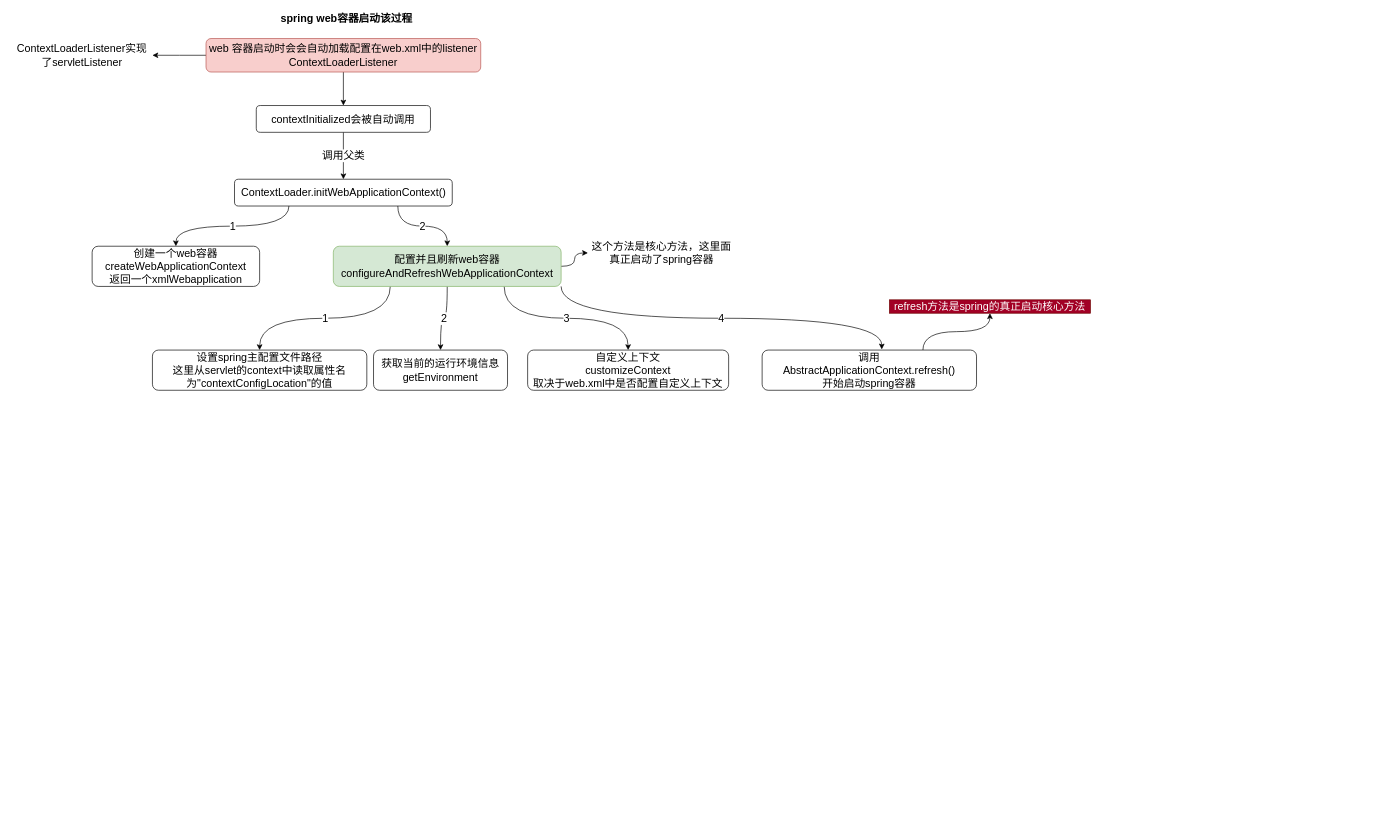
Above: spring&spring boot/spring 容器启动过程.drawio in wangruiCoder/studymk (draw.io), before the change. Source tidied: cells renumbered, new cells numbered last; positions are measured from the earlier drawing's top-left corner, leaving out a move shared by most shapes. Both pictures are drawn from the tidied source at 67%, with x=0, y=0 at pixel (11, 11).
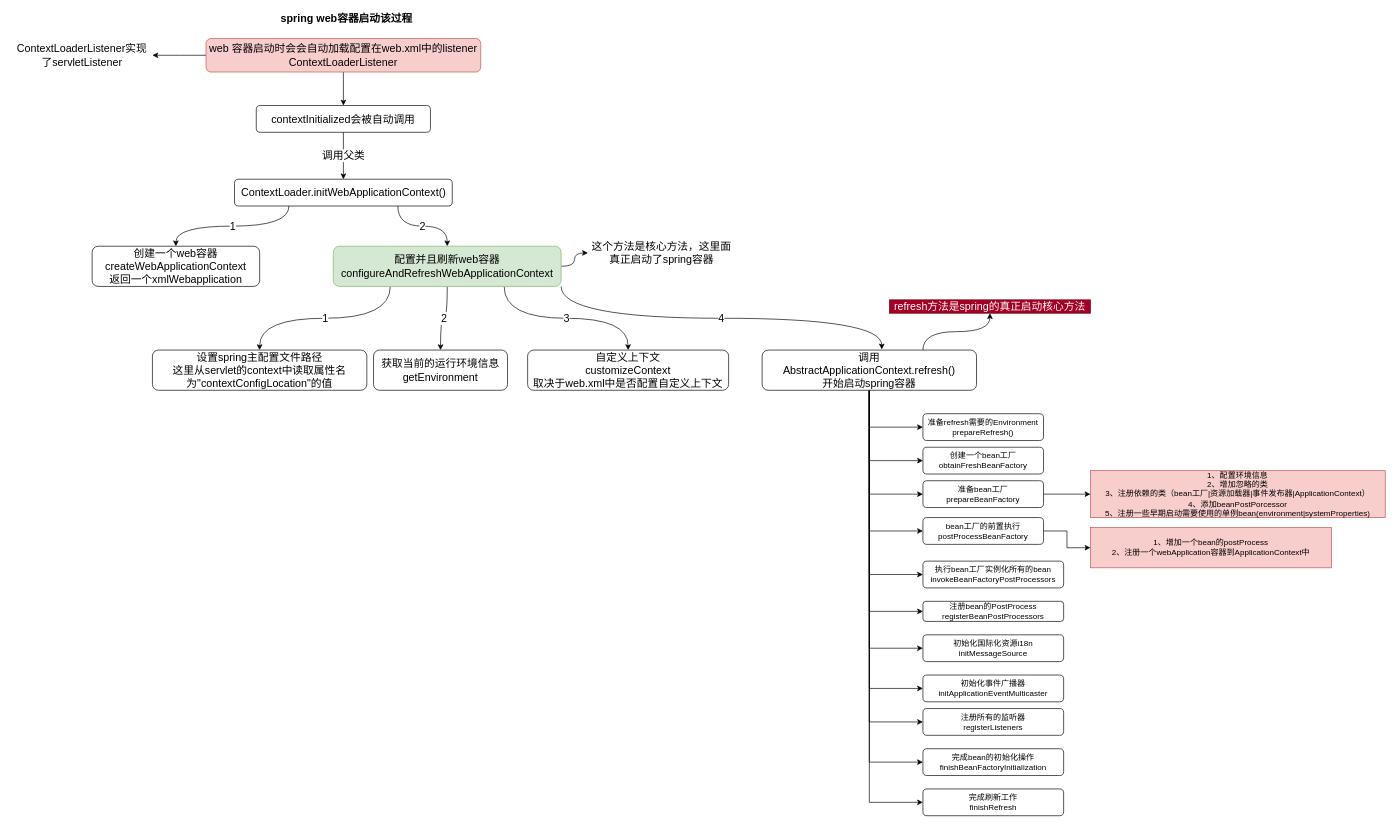
The same page after the edit.

Commit message:
更新spring启动过程

Unchanged cells that the change refers to:
```xml
<mxCell id="24" value="调用&lt;br&gt;AbstractApplicationContext.refresh()&lt;br&gt;开始启动spring容器" style="rounded=1;whiteSpace=wrap;html=1;shadow=0;fontSize=16;" parent="1" vertex="1">
  <mxGeometry x="1120" y="505" width="320" height="60" as="geometry" />
</mxCell>
```

Diff of the diagram source:
```diff
@@
+    <mxCell id="26" style="edgeStyle=orthogonalEdgeStyle;rounded=0;jettySize=auto;html=1;exitX=0.5;exitY=1;exitDx=0;exitDy=0;entryX=0;entryY=0.5;entryDx=0;entryDy=0;" parent="1" edge="1" source="24" target="37">
+      <mxGeometry relative="1" as="geometry" />
+    </mxCell>
+    <mxCell id="27" style="edgeStyle=orthogonalEdgeStyle;rounded=0;jettySize=auto;html=1;exitX=0.5;exitY=1;exitDx=0;exitDy=0;entryX=0;entryY=0.5;entryDx=0;entryDy=0;" parent="1" edge="1" source="24" target="38">
+      <mxGeometry relative="1" as="geometry" />
+    </mxCell>
+    <mxCell id="28" style="edgeStyle=orthogonalEdgeStyle;rounded=0;jettySize=auto;html=1;exitX=0.5;exitY=1;exitDx=0;exitDy=0;entryX=0;entryY=0.5;entryDx=0;entryDy=0;" parent="1" edge="1" source="24" target="40">
+      <mxGeometry relative="1" as="geometry" />
+    </mxCell>
+    <mxCell id="29" style="edgeStyle=orthogonalEdgeStyle;rounded=0;jettySize=auto;html=1;exitX=0.5;exitY=1;exitDx=0;exitDy=0;entryX=0;entryY=0.5;entryDx=0;entryDy=0;" parent="1" edge="1" source="24" target="43">
+      <mxGeometry relative="1" as="geometry" />
+    </mxCell>
+    <mxCell id="30" style="edgeStyle=orthogonalEdgeStyle;rounded=0;jettySize=auto;html=1;exitX=0.5;exitY=1;exitDx=0;exitDy=0;entryX=0;entryY=0.5;entryDx=0;entryDy=0;" parent="1" edge="1" source="24" target="45">
+      <mxGeometry relative="1" as="geometry" />
+    </mxCell>
+    <mxCell id="31" style="edgeStyle=orthogonalEdgeStyle;rounded=0;jettySize=auto;html=1;exitX=0.5;exitY=1;exitDx=0;exitDy=0;entryX=0;entryY=0.5;entryDx=0;entryDy=0;" parent="1" edge="1" source="24" target="46">
+      <mxGeometry relative="1" as="geometry" />
+    </mxCell>
+    <mxCell id="32" style="edgeStyle=orthogonalEdgeStyle;rounded=0;jettySize=auto;html=1;exitX=0.5;exitY=1;exitDx=0;exitDy=0;entryX=0;entryY=0.5;entryDx=0;entryDy=0;" parent="1" edge="1" source="24" target="47">
+      <mxGeometry relative="1" as="geometry" />
+    </mxCell>
+    <mxCell id="33" style="edgeStyle=orthogonalEdgeStyle;rounded=0;jettySize=auto;html=1;exitX=0.5;exitY=1;exitDx=0;exitDy=0;entryX=0;entryY=0.5;entryDx=0;entryDy=0;" parent="1" edge="1" source="24" target="48">
+      <mxGeometry relative="1" as="geometry" />
+    </mxCell>
+    <mxCell id="34" style="edgeStyle=orthogonalEdgeStyle;rounded=0;jettySize=auto;html=1;exitX=0.5;exitY=1;exitDx=0;exitDy=0;entryX=0;entryY=0.5;entryDx=0;entryDy=0;" parent="1" edge="1" source="24" target="49">
+      <mxGeometry relative="1" as="geometry" />
+    </mxCell>
+    <mxCell id="35" style="edgeStyle=orthogonalEdgeStyle;rounded=0;jettySize=auto;html=1;exitX=0.5;exitY=1;exitDx=0;exitDy=0;entryX=0;entryY=0.5;entryDx=0;entryDy=0;" parent="1" edge="1" source="24" target="51">
+      <mxGeometry relative="1" as="geometry" />
+    </mxCell>
+    <mxCell id="36" style="edgeStyle=orthogonalEdgeStyle;rounded=0;jettySize=auto;html=1;exitX=0.5;exitY=1;exitDx=0;exitDy=0;entryX=0;entryY=0.5;entryDx=0;entryDy=0;" parent="1" edge="1" source="24" target="50">
+      <mxGeometry relative="1" as="geometry" />
+    </mxCell>
@@
+    <mxCell id="37" value="准备refresh需要的Environment&lt;br&gt;prepareRefresh()" style="rounded=1;whiteSpace=wrap;html=1;" parent="1" vertex="1">
+      <mxGeometry x="1360" y="600" width="180" height="40" as="geometry" />
+    </mxCell>
+    <mxCell id="38" value="创建一个bean工厂&lt;br&gt;obtainFreshBeanFactory" style="rounded=1;whiteSpace=wrap;html=1;" parent="1" vertex="1">
+      <mxGeometry x="1360" y="650" width="180" height="40" as="geometry" />
+    </mxCell>
+    <mxCell id="39" style="edgeStyle=orthogonalEdgeStyle;rounded=0;jettySize=auto;html=1;exitX=1;exitY=0.5;exitDx=0;exitDy=0;" parent="1" edge="1" source="40" target="41">
+      <mxGeometry relative="1" as="geometry" />
+    </mxCell>
+    <mxCell id="40" value="准备bean工厂&lt;br&gt;prepareBeanFactory" style="rounded=1;whiteSpace=wrap;html=1;" parent="1" vertex="1">
+      <mxGeometry x="1360" y="700" width="180" height="40" as="geometry" />
+    </mxCell>
+    <mxCell id="41" value="&lt;span style=&quot;text-align: left&quot;&gt;1、配置环境信息&lt;br&gt;&lt;/span&gt;&lt;span style=&quot;text-align: left&quot;&gt;2、增加忽略的类&lt;br&gt;3、注册依赖的类（bean工厂|资源加载器|事件发布器|ApplicationContext）&lt;br&gt;4、添加beanPostPorcessor&lt;br&gt;5、注册一些早期启动需要使用的单例bean(environment|systemProperties)&lt;br&gt;&lt;/span&gt;" style="text;html=1;strokeColor=#b85450;fillColor=#f8cecc;align=center;verticalAlign=middle;whiteSpace=wrap;rounded=0;" parent="1" vertex="1">
+      <mxGeometry x="1610" y="685" width="440" height="70" as="geometry" />
+    </mxCell>
+    <mxCell id="42" style="edgeStyle=orthogonalEdgeStyle;rounded=0;jettySize=auto;html=1;exitX=1;exitY=0.5;exitDx=0;exitDy=0;" parent="1" edge="1" source="43" target="44">
+      <mxGeometry relative="1" as="geometry" />
+    </mxCell>
+    <mxCell id="43" value="bean工厂的前置执行&lt;br&gt;postProcessBeanFactory" style="rounded=1;whiteSpace=wrap;html=1;" parent="1" vertex="1">
+      <mxGeometry x="1360" y="755" width="180" height="40" as="geometry" />
+    </mxCell>
+    <mxCell id="44" value="1、增加一个bean的postProcess&lt;br&gt;2、注册一个webApplication容器到ApplicationContext中" style="text;html=1;strokeColor=#b85450;fillColor=#f8cecc;align=center;verticalAlign=middle;whiteSpace=wrap;rounded=0;" parent="1" vertex="1">
+      <mxGeometry x="1610" y="770" width="360" height="60" as="geometry" />
+    </mxCell>
+    <mxCell id="45" value="执行bean工厂实例化所有的bean&lt;br&gt;invokeBeanFactoryPostProcessors" style="rounded=1;whiteSpace=wrap;html=1;" parent="1" vertex="1">
+      <mxGeometry x="1360" y="820" width="210" height="40" as="geometry" />
+    </mxCell>
+    <mxCell id="46" value="注册bean的PostProcess&lt;br&gt;registerBeanPostProcessors" style="rounded=1;whiteSpace=wrap;html=1;" parent="1" vertex="1">
+      <mxGeometry x="1360" y="880" width="210" height="30" as="geometry" />
+    </mxCell>
+    <mxCell id="47" value="初始化国际化资源i18n&lt;br&gt;initMessageSource" style="rounded=1;whiteSpace=wrap;html=1;" parent="1" vertex="1">
+      <mxGeometry x="1360" y="930" width="210" height="40" as="geometry" />
+    </mxCell>
+    <mxCell id="48" value="初始化事件广播器&lt;br&gt;initApplicationEventMulticaster" style="rounded=1;whiteSpace=wrap;html=1;" parent="1" vertex="1">
+      <mxGeometry x="1360" y="990" width="210" height="40" as="geometry" />
+    </mxCell>
+    <mxCell id="49" value="注册所有的监听器&lt;br&gt;registerListeners" style="rounded=1;whiteSpace=wrap;html=1;" parent="1" vertex="1">
+      <mxGeometry x="1360" y="1040" width="210" height="40" as="geometry" />
+    </mxCell>
+    <mxCell id="50" value="完成bean的初始化操作&lt;br&gt;finishBeanFactoryInitialization" style="rounded=1;whiteSpace=wrap;html=1;" parent="1" vertex="1">
+      <mxGeometry x="1360" y="1100" width="210" height="40" as="geometry" />
+    </mxCell>
+    <mxCell id="51" value="完成刷新工作&lt;br&gt;finishRefresh" style="rounded=1;whiteSpace=wrap;html=1;" parent="1" vertex="1">
+      <mxGeometry x="1360" y="1160" width="210" height="40" as="geometry" />
+    </mxCell>
```
